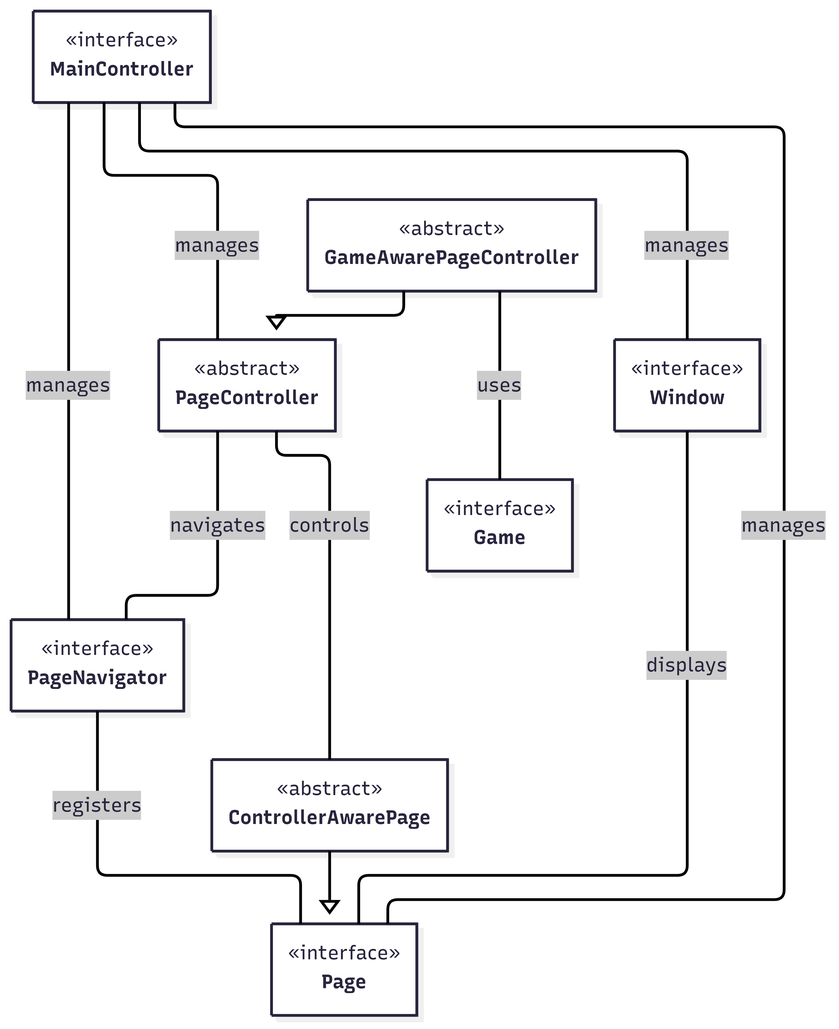
Before: img/architecture.png, a diagram exported from Mermaid (Wanes01/OOP24-jvmt-REPORT). Its source is kept beside it as code/Other/uml/emir/architecture.mermaid.
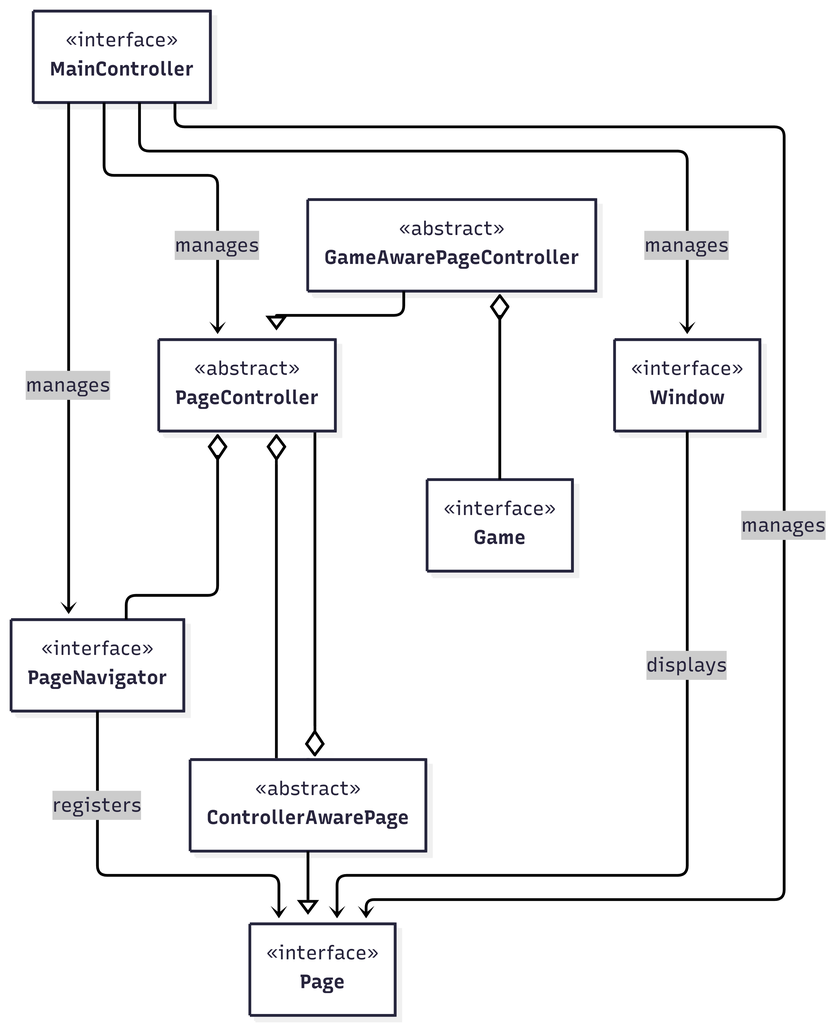
Later version of the same file.

Commit message:
Changed images, removed template boilerplate and changed architecture description

Change to the diagram source:
```diff
@@ -22,6 +22,7 @@
     }
     class Page {
     }
+
 	<<interface>> MainController
 	<<abstract>> PageController
 	<<abstract>> GameAwarePageController
@@ -30,14 +31,19 @@
 	<<interface>> Window
 	<<interface>> Game
 	<<interface>> Page
-    MainController -- Window : manages
-    MainController -- PageNavigator : manages
-    MainController -- Page : manages
-    MainController -- PageController : manages
-    PageController -- PageNavigator : navigates
+
+    MainController --> Window : manages
+    MainController --> PageNavigator : manages
+    MainController --> Page : manages
+    MainController --> PageController : manages
+    PageController o-- PageNavigator : </br>
     GameAwarePageController --|> PageController
-    GameAwarePageController -- Game : uses
+    GameAwarePageController o-- Game : <br>
     ControllerAwarePage --|> Page
-    PageNavigator -- Page : registers
-    Window -- Page : displays
-    PageController -- ControllerAwarePage : controls
+    PageNavigator --> Page : registers
+    Window --> Page : displays
+    PageController o-- ControllerAwarePage : <br>
+
+
+
+(MANCA UNA AGGREGAZIONE! Falla su PhotoShop perchè mermaid la sminchia)
```
